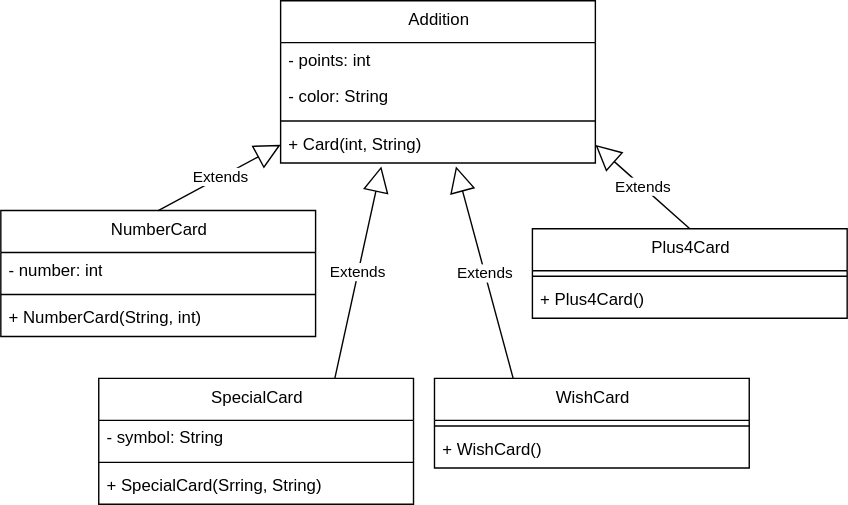
willizielke/ASE-UnoGame keeps this draw.io diagram as assets/OCP_P.drawio.svg. Above is the earlier version. Source tidied: cells renumbered, new cells last; positions are measured from the earlier drawing's top-left corner, leaving out a move shared by most shapes. Source of this version:
```xml
<mxGraphModel>
  <root>
    <mxCell id="0" />
    <mxCell id="1" parent="0" />
    <mxCell id="2" value="NumberCard" style="swimlane;fontStyle=0;align=center;verticalAlign=top;horizontal=1;startSize=30;html=1;" parent="1" vertex="1">
      <mxGeometry y="150" width="225" height="90" as="geometry" />
    </mxCell>
    <mxCell id="3" value="- number: int" style="text;html=1;strokeColor=none;fillColor=none;align=left;verticalAlign=middle;spacingLeft=4;spacingRight=4;overflow=hidden;" parent="2" vertex="1">
      <mxGeometry y="30" width="225" height="26" as="geometry" />
    </mxCell>
    <mxCell id="4" style="line;strokeWidth=1;fillColor=none;align=left;verticalAlign=middle;spacingTop=-1;spacingLeft=3;spacingRight=3;labelPosition=right;" parent="2" vertex="1">
      <mxGeometry y="56" width="225" height="8" as="geometry" />
    </mxCell>
    <mxCell id="5" value="+ NumberCard(String, int)" style="text;html=1;strokeColor=none;fillColor=none;align=left;verticalAlign=middle;spacingLeft=4;spacingRight=4;overflow=hidden;" parent="2" vertex="1">
      <mxGeometry y="64" width="225" height="26" as="geometry" />
    </mxCell>
    <mxCell id="6" value="SpecialCard" style="swimlane;fontStyle=0;align=center;verticalAlign=top;horizontal=1;startSize=30;html=1;" parent="1" vertex="1">
      <mxGeometry x="70" y="270" width="225" height="90" as="geometry" />
    </mxCell>
    <mxCell id="7" value="- symbol: String" style="text;html=1;strokeColor=none;fillColor=none;align=left;verticalAlign=middle;spacingLeft=4;spacingRight=4;overflow=hidden;" parent="6" vertex="1">
      <mxGeometry y="30" width="225" height="26" as="geometry" />
    </mxCell>
    <mxCell id="8" style="line;strokeWidth=1;fillColor=none;align=left;verticalAlign=middle;spacingTop=-1;spacingLeft=3;spacingRight=3;labelPosition=right;" parent="6" vertex="1">
      <mxGeometry y="56" width="225" height="8" as="geometry" />
    </mxCell>
    <mxCell id="9" value="+ SpecialCard(Srring, String)" style="text;html=1;strokeColor=none;fillColor=none;align=left;verticalAlign=middle;spacingLeft=4;spacingRight=4;overflow=hidden;" parent="6" vertex="1">
      <mxGeometry y="64" width="225" height="26" as="geometry" />
    </mxCell>
    <mxCell id="10" value="WishCard" style="swimlane;fontStyle=0;align=center;verticalAlign=top;horizontal=1;startSize=30;html=1;" parent="1" vertex="1">
      <mxGeometry x="310" y="270" width="225" height="64" as="geometry" />
    </mxCell>
    <mxCell id="11" style="line;strokeWidth=1;fillColor=none;align=left;verticalAlign=middle;spacingTop=-1;spacingLeft=3;spacingRight=3;labelPosition=right;" parent="10" vertex="1">
      <mxGeometry y="30" width="225" height="8" as="geometry" />
    </mxCell>
    <mxCell id="12" value="+ WishCard()" style="text;html=1;strokeColor=none;fillColor=none;align=left;verticalAlign=middle;spacingLeft=4;spacingRight=4;overflow=hidden;" parent="10" vertex="1">
      <mxGeometry y="38" width="225" height="26" as="geometry" />
    </mxCell>
    <mxCell id="13" value="Plus4Card" style="swimlane;fontStyle=0;align=center;verticalAlign=top;horizontal=1;startSize=30;html=1;" parent="1" vertex="1">
      <mxGeometry x="380" y="163" width="225" height="64" as="geometry" />
    </mxCell>
    <mxCell id="14" style="line;strokeWidth=1;fillColor=none;align=left;verticalAlign=middle;spacingTop=-1;spacingLeft=3;spacingRight=3;labelPosition=right;" parent="13" vertex="1">
      <mxGeometry y="30" width="225" height="8" as="geometry" />
    </mxCell>
    <mxCell id="15" value="+&amp;nbsp;&lt;span style=&quot;text-align: center;&quot;&gt;Plus4Card&lt;/span&gt;()" style="text;html=1;strokeColor=none;fillColor=none;align=left;verticalAlign=middle;spacingLeft=4;spacingRight=4;overflow=hidden;" parent="13" vertex="1">
      <mxGeometry y="38" width="225" height="26" as="geometry" />
    </mxCell>
    <mxCell id="16" value="Addition" style="swimlane;fontStyle=0;align=center;verticalAlign=top;horizontal=1;startSize=30;html=1;" parent="1" vertex="1">
      <mxGeometry x="200" width="225" height="116" as="geometry" />
    </mxCell>
    <mxCell id="17" value="- points: int" style="text;html=1;strokeColor=none;fillColor=none;align=left;verticalAlign=middle;spacingLeft=4;spacingRight=4;overflow=hidden;" parent="16" vertex="1">
      <mxGeometry y="30" width="225" height="26" as="geometry" />
    </mxCell>
    <mxCell id="18" value="- color: String" style="text;html=1;strokeColor=none;fillColor=none;align=left;verticalAlign=middle;spacingLeft=4;spacingRight=4;overflow=hidden;" parent="16" vertex="1">
      <mxGeometry y="56" width="225" height="26" as="geometry" />
    </mxCell>
    <mxCell id="19" style="line;strokeWidth=1;fillColor=none;align=left;verticalAlign=middle;spacingTop=-1;spacingLeft=3;spacingRight=3;labelPosition=right;" parent="16" vertex="1">
      <mxGeometry y="82" width="225" height="8" as="geometry" />
    </mxCell>
    <mxCell id="20" value="+ Card(int, String)" style="text;html=1;strokeColor=none;fillColor=none;align=left;verticalAlign=middle;spacingLeft=4;spacingRight=4;overflow=hidden;points=[[0,0.5],[1,0.5]];portConstraint=eastwest;" parent="16" vertex="1">
      <mxGeometry y="90" width="225" height="26" as="geometry" />
    </mxCell>
    <mxCell id="21" value="Extends" style="endArrow=block;endSize=16;endFill=0;html=1;rounded=0;exitX=0.5;exitY=0;exitDx=0;exitDy=0;entryX=0;entryY=0.5;entryDx=0;entryDy=0;" parent="1" edge="1" source="2" target="20">
      <mxGeometry relative="1" as="geometry" />
    </mxCell>
    <mxCell id="22" value="Extends" style="endArrow=block;endSize=16;endFill=0;html=1;rounded=0;exitX=0.75;exitY=0;exitDx=0;exitDy=0;entryX=0.32;entryY=1.094;entryDx=0;entryDy=0;entryPerimeter=0;" parent="1" edge="1" source="6" target="20">
      <mxGeometry relative="1" as="geometry" />
    </mxCell>
    <mxCell id="23" value="Extends" style="endArrow=block;endSize=16;endFill=0;html=1;rounded=0;exitX=0.25;exitY=0;exitDx=0;exitDy=0;entryX=0.557;entryY=1.094;entryDx=0;entryDy=0;entryPerimeter=0;" parent="1" edge="1" source="10" target="20">
      <mxGeometry relative="1" as="geometry" />
    </mxCell>
    <mxCell id="24" value="Extends" style="endArrow=block;endSize=16;endFill=0;html=1;rounded=0;exitX=0.5;exitY=0;exitDx=0;exitDy=0;entryX=1;entryY=0.5;entryDx=0;entryDy=0;" parent="1" edge="1" source="13" target="20">
      <mxGeometry relative="1" as="geometry" />
    </mxCell>
  </root>
</mxGraphModel>
```
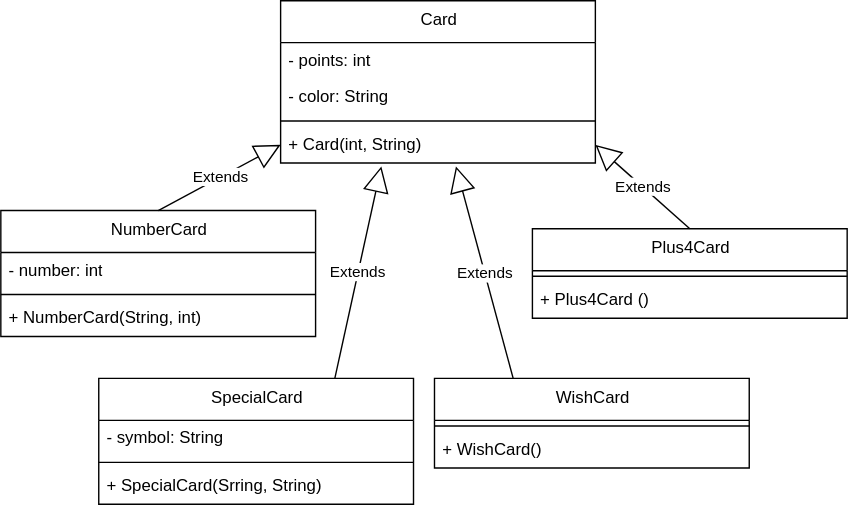
After the commit.

What changed in the source:
```diff
@@ -44,7 +44,7 @@
     <mxCell id="15" value="+&amp;nbsp;&lt;span style=&quot;text-align: center;&quot;&gt;Plus4Card&lt;/span&gt;()" style="text;html=1;strokeColor=none;fillColor=none;align=left;verticalAlign=middle;spacingLeft=4;spacingRight=4;overflow=hidden;" parent="13" vertex="1">
       <mxGeometry y="38" width="225" height="26" as="geometry" />
     </mxCell>
-    <mxCell id="16" value="Addition" style="swimlane;fontStyle=0;align=center;verticalAlign=top;horizontal=1;startSize=30;html=1;" parent="1" vertex="1">
+    <mxCell id="16" value="Card" style="swimlane;fontStyle=0;align=center;verticalAlign=top;horizontal=1;startSize=30;html=1;" parent="1" vertex="1">
       <mxGeometry x="200" width="225" height="116" as="geometry" />
     </mxCell>
     <mxCell id="17" value="- points: int" style="text;html=1;strokeColor=none;fillColor=none;align=left;verticalAlign=middle;spacingLeft=4;spacingRight=4;overflow=hidden;" parent="16" vertex="1">
```
